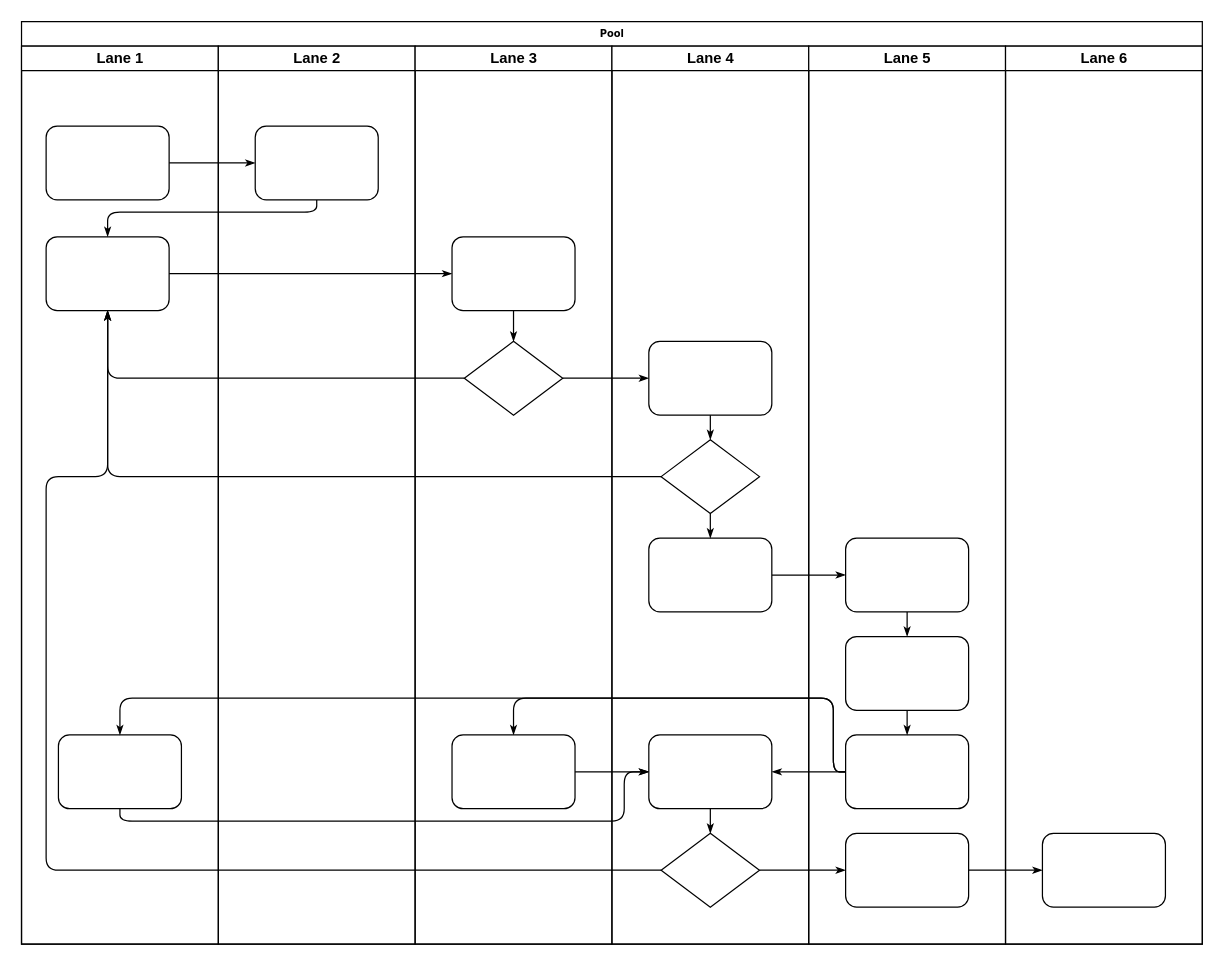
Earlier version of the draw.io diagram EABS/Document_Pack/ASDD/Tasks/FieldSignalTask/FieldSignalTask_FlowChart01.drawio (chillin2/MyDraw.io). Source tidied: cells renumbered, new cells numbered last; positions are measured from the earlier drawing's top-left corner, leaving out a move shared by most shapes. Both pictures are drawn from the tidied source at 123%, with x=0, y=0 at pixel (21, 21).
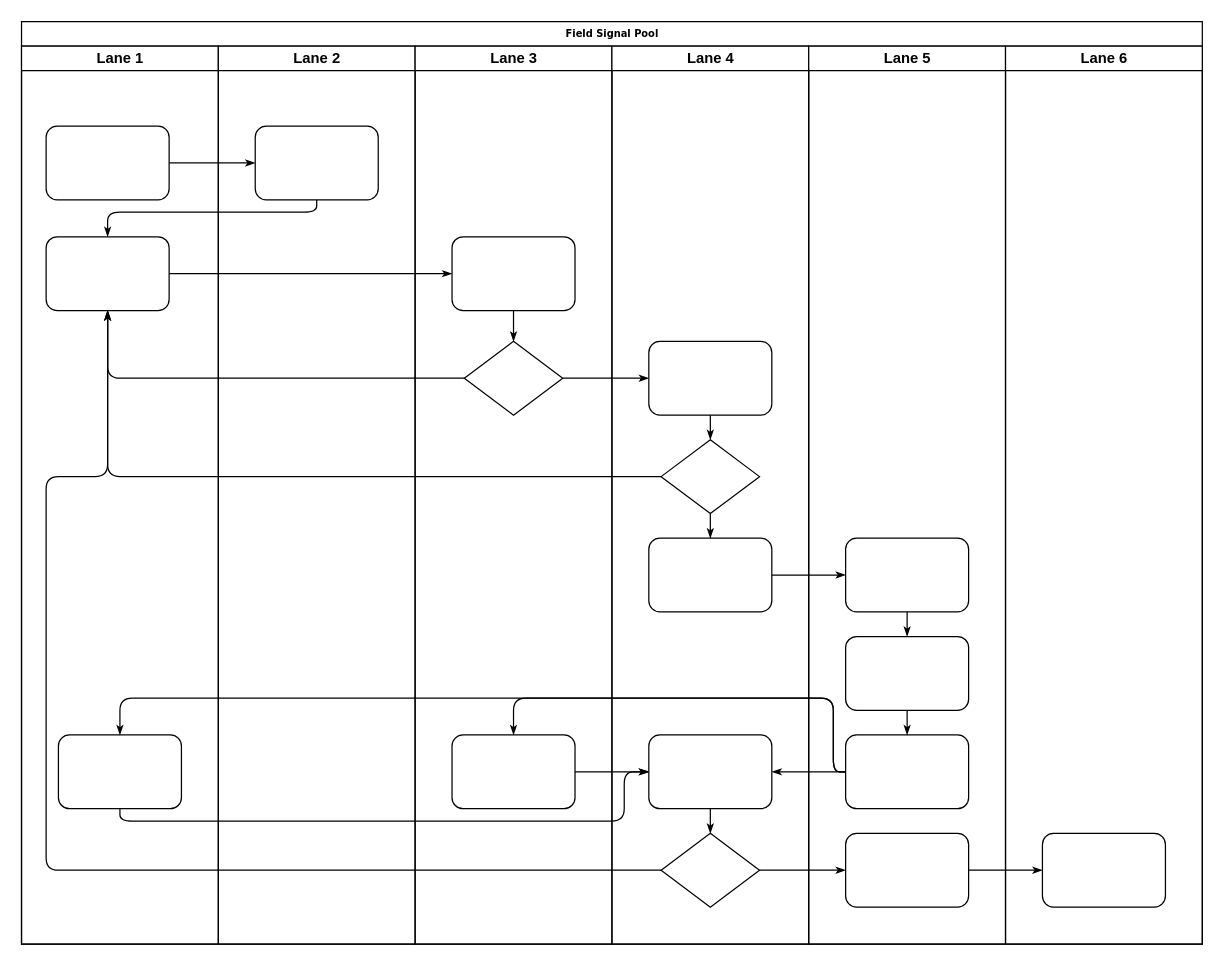
The same diagram, later.

Diff of the diagram source:
```diff
@@
-    <mxCell id="2" value="Pool" style="swimlane;html=1;startSize=20;rounded=0;shadow=0;labelBackgroundColor=none;strokeWidth=1;fontFamily=Verdana;fontSize=8;align=center;" parent="1" vertex="1">
+    <mxCell id="2" value="Field Signal Pool" style="swimlane;html=1;startSize=20;rounded=0;shadow=0;labelBackgroundColor=none;strokeWidth=1;fontFamily=Verdana;fontSize=8;align=center;" parent="1" vertex="1">
       <mxGeometry width="960" height="750" as="geometry" />
     </mxCell>
```
